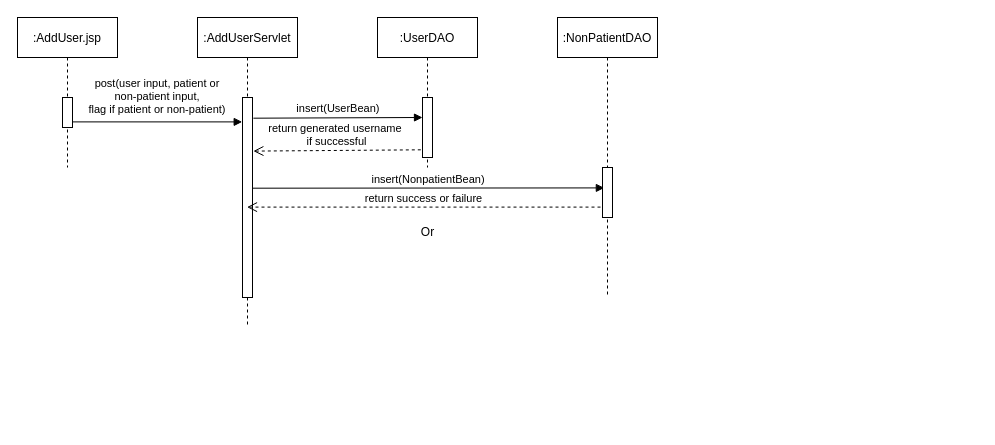
Before: diagrams/AddUserSequence.drawio in empty-works/plain-emrs-no-fw, a draw.io diagram. Source tidied: cells renumbered, new cells numbered last; positions are measured from the earlier drawing's top-left corner, leaving out a move shared by most shapes. Both pictures are drawn from the tidied source at 100%, with x=0, y=0 at pixel (17, 17).
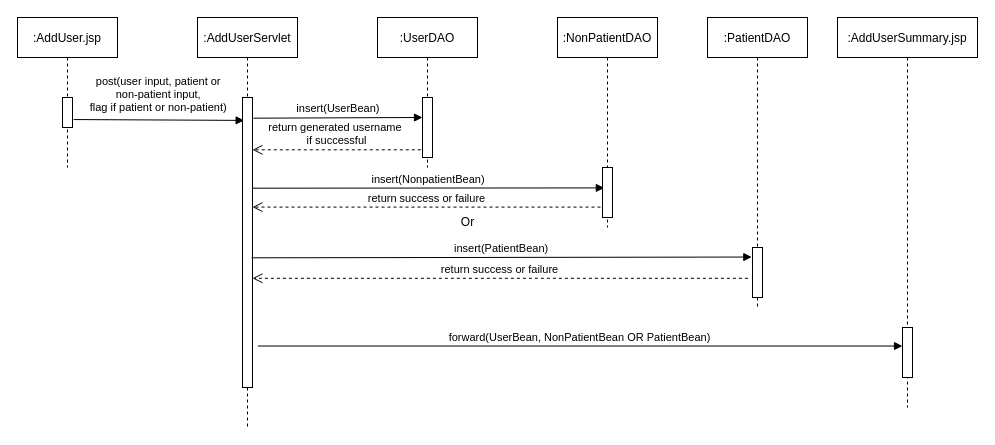
After the change.

Commit message:
Update AddUserSequence.drawio. Input into PatientDAO. Forward to the AddUserSummary JSP.

Unchanged cells that the change refers to:
```xml
<mxCell id="3" style="points=[];perimeter=orthogonalPerimeter;rounded=0;shadow=0;strokeWidth=1;" parent="2" vertex="1">
  <mxGeometry x="45" y="80" width="10" height="30" as="geometry" />
</mxCell>
<mxCell id="8" style="points=[];perimeter=orthogonalPerimeter;rounded=0;shadow=0;strokeWidth=1;" parent="7" vertex="1">
  <mxGeometry x="45" y="80" width="10" height="60" as="geometry" />
</mxCell>
<mxCell id="14" style="points=[];perimeter=orthogonalPerimeter;rounded=0;shadow=0;strokeWidth=1;" parent="13" vertex="1">
  <mxGeometry x="45" y="150" width="10" height="50" as="geometry" />
</mxCell>
```

Diff of the diagram source:
```diff
@@
     <mxCell id="4" value=":AddUserServlet" style="shape=umlLifeline;perimeter=lifelinePerimeter;rounded=0;shadow=0;strokeWidth=1;" parent="1" vertex="1">
-      <mxGeometry x="180" width="100" height="310" as="geometry" />
+      <mxGeometry x="180" width="100" height="410" as="geometry" />
     </mxCell>
     <mxCell id="5" style="points=[];perimeter=orthogonalPerimeter;rounded=0;shadow=0;strokeWidth=1;" parent="4" vertex="1">
-      <mxGeometry x="45" y="80" width="10" height="200" as="geometry" />
+      <mxGeometry x="45" y="80" width="10" height="290" as="geometry" />
     </mxCell>
-    <mxCell id="6" value="post(user input, patient or &#10;non-patient input, &#10;flag if patient or non-patient)" style="verticalAlign=bottom;endArrow=block;entryX=-0.029;entryY=0.122;shadow=0;strokeWidth=1;entryDx=0;entryDy=0;entryPerimeter=0;" parent="1" edge="1" source="3" target="5">
+    <mxCell id="6" value="post(user input, patient or &#10;non-patient input, &#10;flag if patient or non-patient)" style="verticalAlign=bottom;endArrow=block;shadow=0;strokeWidth=1;exitX=1.116;exitY=0.735;exitDx=0;exitDy=0;exitPerimeter=0;entryX=0.166;entryY=0.079;entryDx=0;entryDy=0;entryPerimeter=0;" parent="1" edge="1" source="3" target="5">
       <mxGeometry y="3" relative="1" as="geometry" />
     </mxCell>
@@
     <mxCell id="10" value="Or" style="text;html=1;align=center;verticalAlign=middle;strokeColor=none;fillColor=none;" parent="1" vertex="1">
-      <mxGeometry x="390" y="200" width="40" height="30" as="geometry" />
+      <mxGeometry x="430" y="190" width="40" height="30" as="geometry" />
     </mxCell>
@@
-    <mxCell id="12" value="return generated username&amp;nbsp;&lt;br&gt;if successful" style="html=1;verticalAlign=bottom;endArrow=open;dashed=1;endSize=8;rounded=0;exitX=-0.17;exitY=0.872;exitDx=0;exitDy=0;exitPerimeter=0;entryX=1.087;entryY=0.268;entryDx=0;entryDy=0;entryPerimeter=0;" parent="1" edge="1" source="8" target="5">
+    <mxCell id="12" value="return generated username&amp;nbsp;&lt;br&gt;if successful" style="html=1;verticalAlign=bottom;endArrow=open;dashed=1;endSize=8;rounded=0;exitX=-0.17;exitY=0.872;exitDx=0;exitDy=0;exitPerimeter=0;" parent="1" edge="1" source="8" target="5">
       <mxGeometry relative="1" as="geometry" />
     </mxCell>
     <mxCell id="13" value=":NonPatientDAO" style="shape=umlLifeline;perimeter=lifelinePerimeter;rounded=0;shadow=0;strokeWidth=1;" parent="1" vertex="1">
-      <mxGeometry x="540" width="100" height="280" as="geometry" />
+      <mxGeometry x="540" width="100" height="210" as="geometry" />
     </mxCell>
@@
-    <mxCell id="15" value="return success or failure" style="html=1;verticalAlign=bottom;endArrow=open;dashed=1;endSize=8;rounded=0;exitX=-0.199;exitY=0.792;exitDx=0;exitDy=0;exitPerimeter=0;" parent="1" edge="1" source="14" target="4">
+    <mxCell id="15" value="return success or failure" style="html=1;verticalAlign=bottom;endArrow=open;dashed=1;endSize=8;rounded=0;exitX=-0.199;exitY=0.792;exitDx=0;exitDy=0;exitPerimeter=0;" parent="1" edge="1" source="14" target="5">
       <mxGeometry relative="1" as="geometry" />
     </mxCell>
+    <mxCell id="16" value=":PatientDAO" style="shape=umlLifeline;perimeter=lifelinePerimeter;rounded=0;shadow=0;strokeWidth=1;" parent="1" vertex="1">
+      <mxGeometry x="690" width="100" height="290" as="geometry" />
+    </mxCell>
+    <mxCell id="17" style="points=[];perimeter=orthogonalPerimeter;rounded=0;shadow=0;strokeWidth=1;" parent="16" vertex="1">
+      <mxGeometry x="45" y="230" width="10" height="50" as="geometry" />
+    </mxCell>
+    <mxCell id="18" value="insert(PatientBean)" style="verticalAlign=bottom;endArrow=block;shadow=0;strokeWidth=1;exitX=1.057;exitY=0.159;exitDx=0;exitDy=0;exitPerimeter=0;entryX=-0.07;entryY=0.191;entryDx=0;entryDy=0;entryPerimeter=0;" parent="1" edge="1" target="17">
+      <mxGeometry relative="1" as="geometry">
+        <mxPoint x="234.1" y="240.3" as="sourcePoint" />
+      </mxGeometry>
+    </mxCell>
+    <mxCell id="19" value="return success or failure" style="html=1;verticalAlign=bottom;endArrow=open;dashed=1;endSize=8;rounded=0;exitX=-0.199;exitY=0.792;exitDx=0;exitDy=0;exitPerimeter=0;" parent="1" edge="1" target="5">
+      <mxGeometry relative="1" as="geometry">
+        <mxPoint x="730.4" y="260.8" as="sourcePoint" />
+      </mxGeometry>
+    </mxCell>
+    <mxCell id="20" value=":AddUserSummary.jsp" style="shape=umlLifeline;perimeter=lifelinePerimeter;rounded=0;shadow=0;strokeWidth=1;" parent="1" vertex="1">
+      <mxGeometry x="820" width="140" height="390" as="geometry" />
+    </mxCell>
+    <mxCell id="21" style="points=[];perimeter=orthogonalPerimeter;rounded=0;shadow=0;strokeWidth=1;" parent="20" vertex="1">
+      <mxGeometry x="65" y="310" width="10" height="50" as="geometry" />
+    </mxCell>
+    <mxCell id="22" value="forward(UserBean, NonPatientBean OR PatientBean)" style="verticalAlign=bottom;endArrow=block;shadow=0;strokeWidth=1;exitX=1.548;exitY=0.857;exitDx=0;exitDy=0;exitPerimeter=0;" parent="1" edge="1" source="5" target="21">
+      <mxGeometry relative="1" as="geometry" />
+    </mxCell>
```
